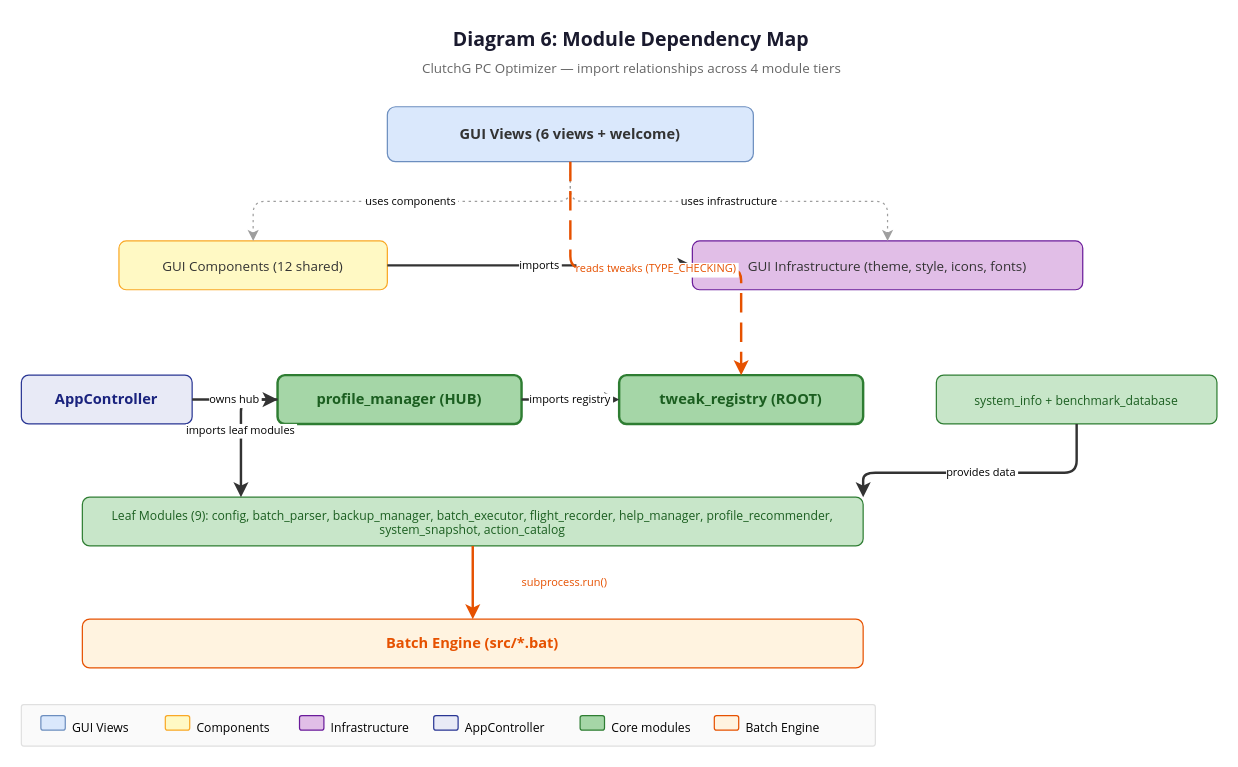
This is docs/diagrams/drawio/06-module-dependency-map.drawio from neckttiie090520/clutchg-pc-optimizer, a draw.io file, before an edit. Source tidied: cells renumbered, new cells numbered last; positions are measured from the earlier drawing's top-left corner, leaving out a move shared by most shapes. Both pictures are drawn from the tidied source at 122%, with x=0, y=0 at pixel (21, 21).
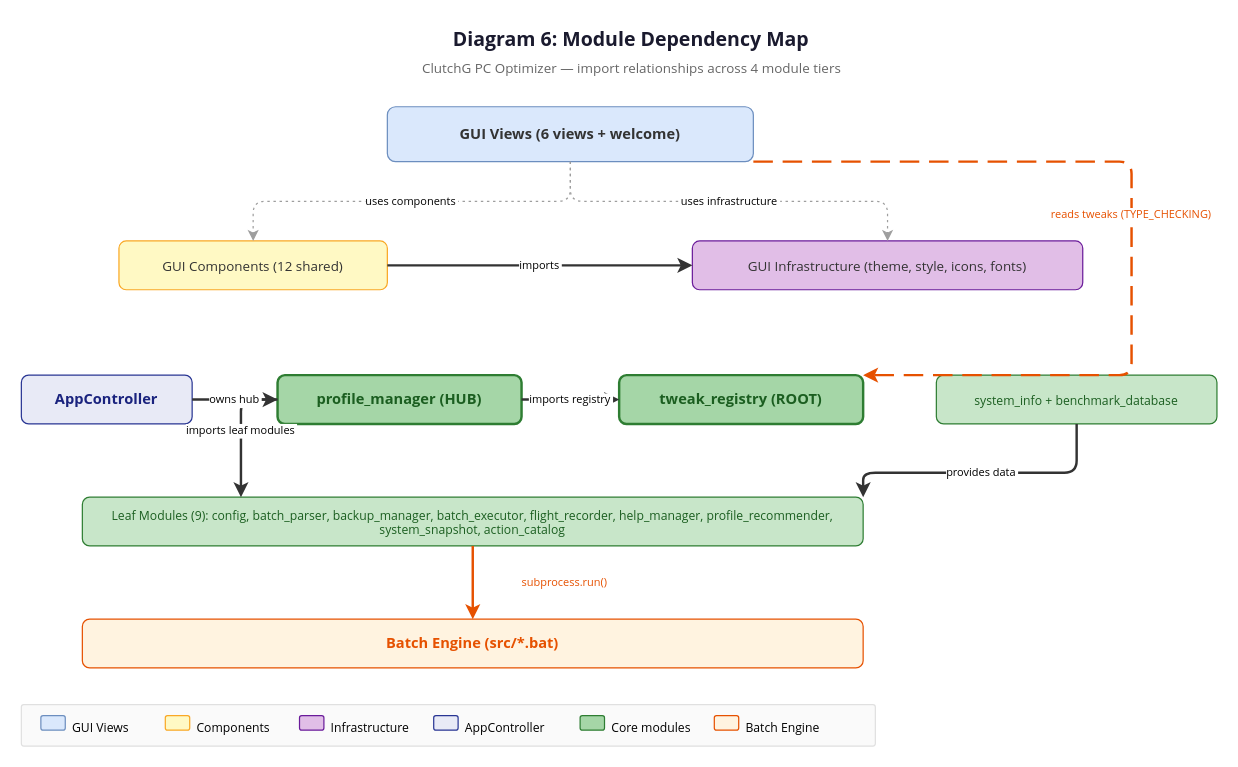
The same diagram, later.

Commit message (it also covers changes not shown here):
แก้เส้น e3/e4 ใน diagram 06 ไม่ให้ซ้อนกัน

The change refers to these unchanged cells:
```xml
<mxCell id="4" value="GUI Views (6 views + welcome)" style="rounded=1;whiteSpace=wrap;fillColor=#dae8fc;strokeColor=#6c8ebf;fontFamily=Segoe UI;fontSize=12;fontStyle=1;fontColor=#333333;" parent="1" vertex="1">
  <mxGeometry x="300" y="70" width="300" height="45" as="geometry" />
</mxCell>
<mxCell id="5" value="GUI Components (12 shared)" style="rounded=1;whiteSpace=wrap;fillColor=#fff9c4;strokeColor=#f9a825;fontFamily=Segoe UI;fontSize=11;fontColor=#333333;" parent="1" vertex="1">
  <mxGeometry x="80" y="180" width="220" height="40" as="geometry" />
</mxCell>
<mxCell id="6" value="GUI Infrastructure (theme, style, icons, fonts)" style="rounded=1;whiteSpace=wrap;fillColor=#e1bee7;strokeColor=#6a1b9a;fontFamily=Segoe UI;fontSize=11;fontColor=#333333;" parent="1" vertex="1">
  <mxGeometry x="550" y="180" width="320" height="40" as="geometry" />
</mxCell>
<mxCell id="9" value="tweak_registry (ROOT)" style="rounded=1;whiteSpace=wrap;fillColor=#a5d6a7;strokeColor=#2e7d32;fontFamily=Segoe UI;fontSize=12;fontStyle=1;fontColor=#1b5e20;strokeWidth=2;" parent="1" vertex="1">
  <mxGeometry x="490" y="290" width="200" height="40" as="geometry" />
</mxCell>
```

Change to the diagram source:
```diff
@@
-    <mxCell id="15" value="imports" style="edgeStyle=orthogonalEdgeStyle;rounded=1;strokeColor=#333333;strokeWidth=2;fontFamily=Segoe UI;fontSize=9;" parent="1" edge="1" source="5" target="6">
-      <mxGeometry relative="1" as="geometry" />
+    <mxCell id="15" value="imports" style="edgeStyle=orthogonalEdgeStyle;rounded=1;strokeColor=#333333;strokeWidth=2;fontFamily=Segoe UI;fontSize=9;exitX=1;exitY=0.5;exitDx=0;exitDy=0;entryX=0;entryY=0.5;entryDx=0;entryDy=0;" parent="1" edge="1" source="5" target="6">
+      <mxGeometry relative="1" as="geometry">
+        <Array as="points">
+          <mxPoint x="330" y="200" />
+          <mxPoint x="520" y="200" />
+        </Array>
+      </mxGeometry>
     </mxCell>
-    <mxCell id="16" value="reads tweaks (TYPE_CHECKING)" style="edgeStyle=orthogonalEdgeStyle;rounded=1;strokeColor=#e65100;strokeWidth=2;dashed=1;dashPattern=8 4;fontFamily=Segoe UI;fontSize=9;fontColor=#e65100;" parent="1" edge="1" source="4" target="9">
-      <mxGeometry relative="1" as="geometry" />
+    <mxCell id="16" value="reads tweaks (TYPE_CHECKING)" style="edgeStyle=orthogonalEdgeStyle;rounded=1;strokeColor=#e65100;strokeWidth=2;dashed=1;dashPattern=8 4;fontFamily=Segoe UI;fontSize=9;fontColor=#e65100;exitX=1;exitY=1;exitDx=0;exitDy=0;entryX=1;entryY=0;entryDx=0;entryDy=0;" parent="1" edge="1" source="4" target="9">
+      <mxGeometry relative="1" as="geometry">
+        <Array as="points">
+          <mxPoint x="910" y="115" />
+          <mxPoint x="910" y="290" />
+        </Array>
+      </mxGeometry>
     </mxCell>
```
